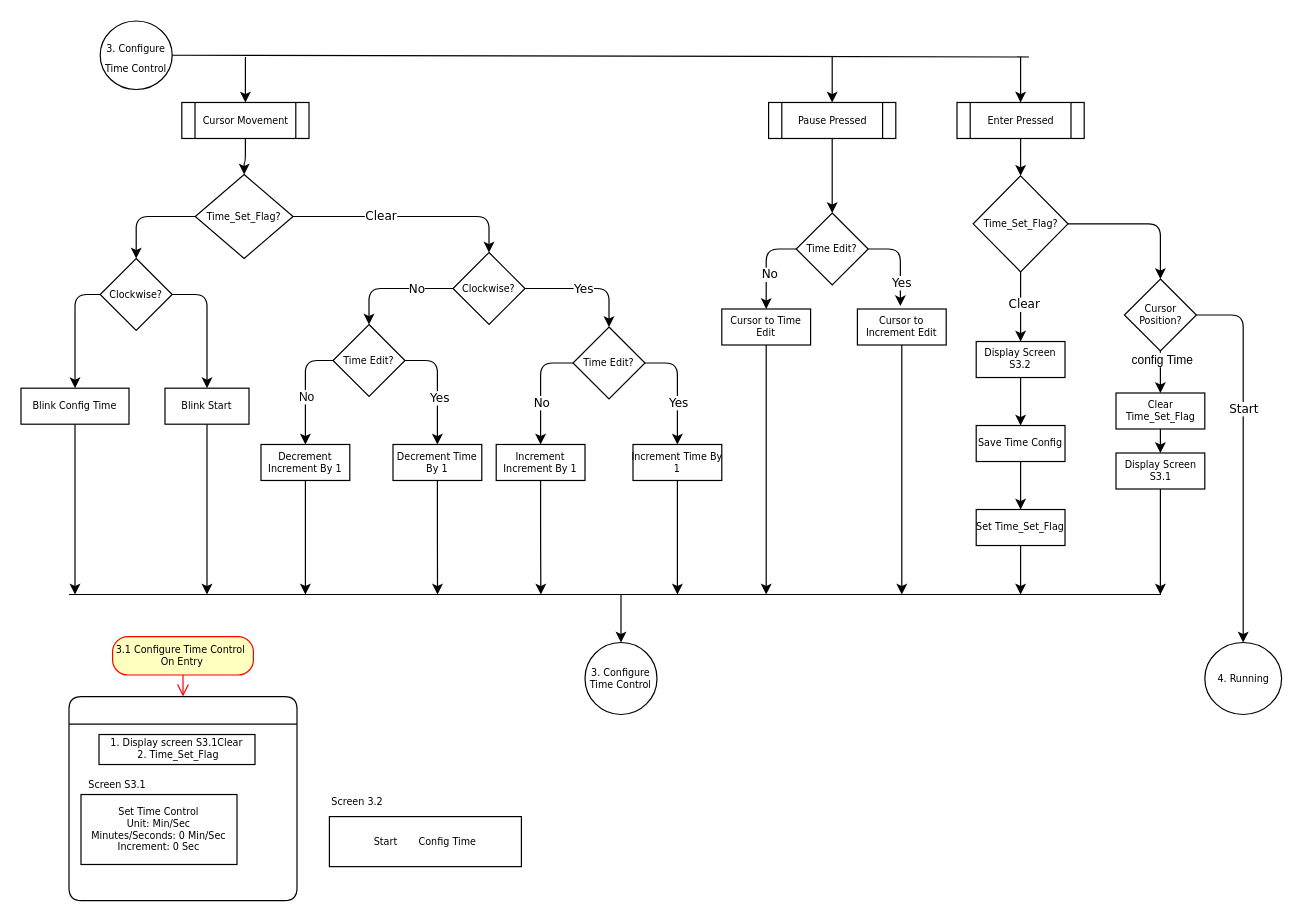
Above: page "3. Configure Time Control" (4 of 6) of Chess Clock State Machine.drawio in Eleish98/Chess-Clock (draw.io), before the change. Source tidied: cells renumbered, new cells numbered last; positions are measured from the earlier drawing's top-left corner, leaving out a move shared by most shapes. Both pictures are drawn from the tidied source at 120%, with x=0, y=0 at pixel (20, 20).
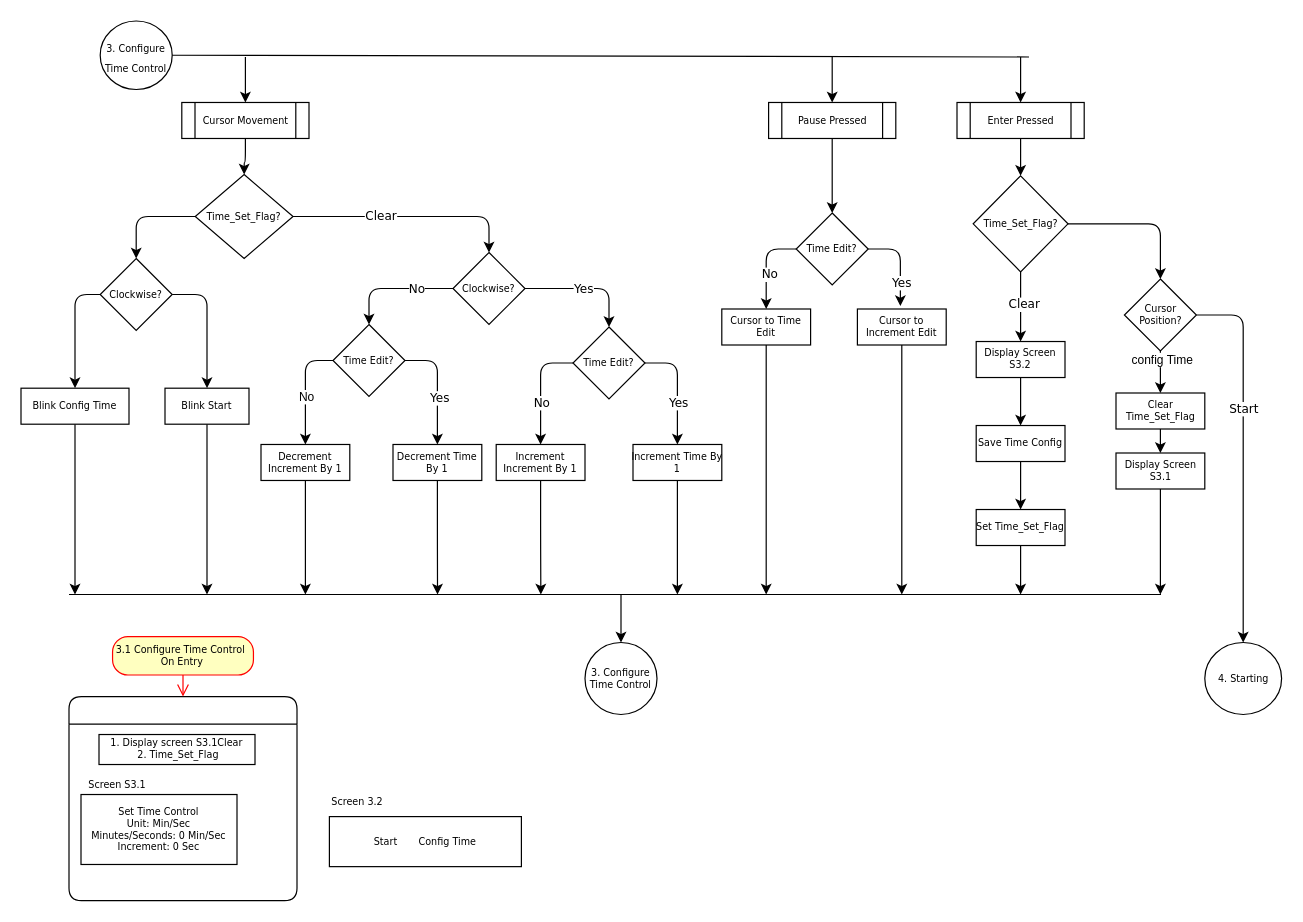
The same page after the edit.

What changed in the source:
```diff
@@
-    <mxCell id="66" value="&lt;font style=&quot;font-size: 8px;&quot;&gt;4. Running&lt;/font&gt;" style="ellipse;whiteSpace=wrap;html=1;fontSize=8;fontFamily=Verdana;rounded=1;spacing=0;verticalAlign=middle;" parent="1" vertex="1">
+    <mxCell id="66" value="&lt;font style=&quot;font-size: 8px&quot;&gt;4. Starting&lt;/font&gt;" style="ellipse;whiteSpace=wrap;html=1;fontSize=8;fontFamily=Verdana;rounded=1;spacing=0;verticalAlign=middle;" parent="1" vertex="1">
       <mxGeometry x="986.5" y="517.9" width="64" height="60" as="geometry" />
     </mxCell>
```
